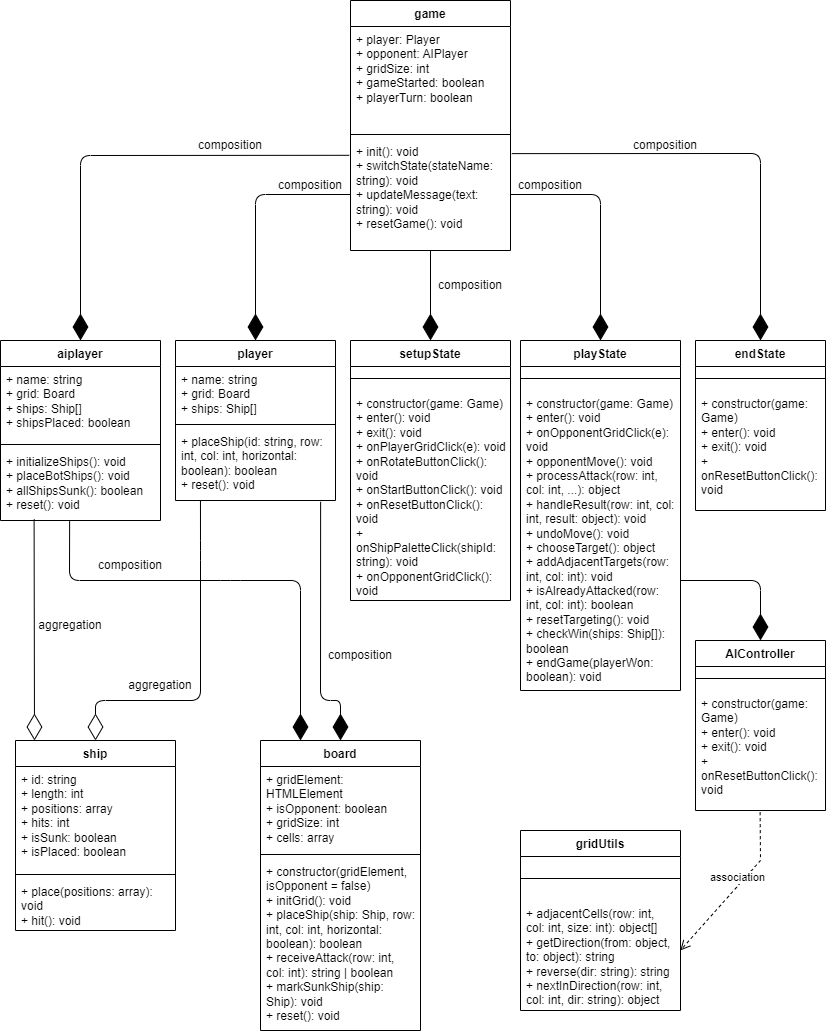
Above: diagram/uml.png in thanhphat18/DSA-Battleship-Game (draw.io), before the change. Source tidied: cells renumbered, new cells last; positions are measured from the earlier drawing's top-left corner, leaving out a move shared by most shapes.
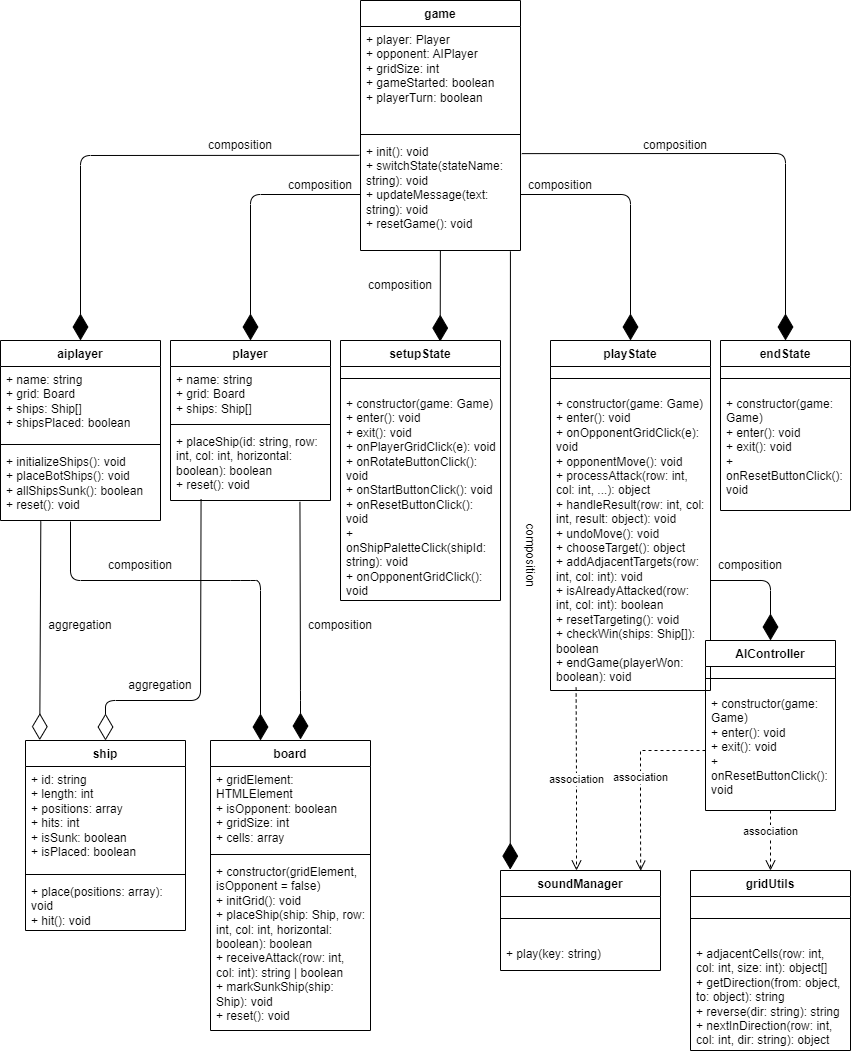
After the commit.

What changed in the source:
```diff
@@ -15,7 +15,7 @@
       <mxGeometry y="138" width="160" height="112" as="geometry" />
     </mxCell>
     <mxCell id="6" value="player" style="swimlane;fontStyle=1;align=center;verticalAlign=top;horizontal=1;startSize=26;whiteSpace=wrap;html=1;" parent="1" vertex="1">
-      <mxGeometry x="175" y="340" width="160" height="160" as="geometry" />
+      <mxGeometry x="160" y="340" width="160" height="160" as="geometry" />
     </mxCell>
     <mxCell id="7" value="&lt;div&gt;&lt;font color=&quot;#000000&quot;&gt;+ name: string&lt;/font&gt;&lt;/div&gt;&lt;div&gt;&lt;font color=&quot;#000000&quot;&gt;+ grid: Board&lt;/font&gt;&lt;/div&gt;&lt;div&gt;&lt;font color=&quot;#000000&quot;&gt;+ ships: Ship[]&lt;/font&gt;&lt;/div&gt;" style="text;strokeColor=none;fillColor=none;align=left;verticalAlign=top;spacingLeft=4;spacingRight=4;overflow=hidden;whiteSpace=wrap;html=1;" parent="6" vertex="1">
       <mxGeometry y="26" width="160" height="54" as="geometry" />
@@ -27,7 +27,7 @@
       <mxGeometry y="88" width="160" height="72" as="geometry" />
     </mxCell>
     <mxCell id="10" value="aiplayer" style="swimlane;fontStyle=1;align=center;verticalAlign=top;horizontal=1;startSize=26;whiteSpace=wrap;html=1;" parent="1" vertex="1">
-      <mxGeometry y="340" width="160" height="180" as="geometry" />
+      <mxGeometry x="-10" y="340" width="160" height="180" as="geometry" />
     </mxCell>
     <mxCell id="11" value="&lt;div&gt;&lt;font color=&quot;#000000&quot;&gt;+ name: string&lt;/font&gt;&lt;/div&gt;&lt;div&gt;&lt;font color=&quot;#000000&quot;&gt;+ grid: Board&lt;/font&gt;&lt;/div&gt;&lt;div&gt;&lt;font color=&quot;#000000&quot;&gt;+ ships: Ship[]&lt;/font&gt;&lt;/div&gt;&lt;div&gt;&lt;font color=&quot;#000000&quot;&gt;+ shipsPlaced: boolean&lt;/font&gt;&lt;/div&gt;" style="text;strokeColor=none;fillColor=none;align=left;verticalAlign=top;spacingLeft=4;spacingRight=4;overflow=hidden;whiteSpace=wrap;html=1;" parent="10" vertex="1">
       <mxGeometry y="26" width="160" height="74" as="geometry" />
@@ -39,7 +39,7 @@
       <mxGeometry y="108" width="160" height="72" as="geometry" />
     </mxCell>
     <mxCell id="14" value="board" style="swimlane;fontStyle=1;align=center;verticalAlign=top;horizontal=1;startSize=26;whiteSpace=wrap;html=1;" parent="1" vertex="1">
-      <mxGeometry x="260" y="740" width="160" height="290" as="geometry" />
+      <mxGeometry x="200" y="740" width="160" height="290" as="geometry" />
     </mxCell>
     <mxCell id="15" value="&lt;div&gt;&lt;font color=&quot;#000000&quot;&gt;+ gridElement: HTMLElement&lt;/font&gt;&lt;/div&gt;&lt;div&gt;&lt;font color=&quot;#000000&quot;&gt;+ isOpponent: boolean&lt;/font&gt;&lt;/div&gt;&lt;div&gt;&lt;font color=&quot;#000000&quot;&gt;+ gridSize: int&lt;/font&gt;&lt;/div&gt;&lt;div&gt;&lt;font color=&quot;#000000&quot;&gt;+ cells: array&lt;/font&gt;&lt;/div&gt;" style="text;strokeColor=none;fillColor=none;align=left;verticalAlign=top;spacingLeft=4;spacingRight=4;overflow=hidden;whiteSpace=wrap;html=1;" parent="14" vertex="1">
       <mxGeometry y="26" width="160" height="84" as="geometry" />
@@ -63,7 +63,7 @@
       <mxGeometry y="138" width="160" height="52" as="geometry" />
     </mxCell>
     <mxCell id="22" value="gridUtils" style="swimlane;fontStyle=1;align=center;verticalAlign=top;horizontal=1;startSize=26;whiteSpace=wrap;html=1;" parent="1" vertex="1">
-      <mxGeometry x="520" y="830" width="160" height="180" as="geometry" />
+      <mxGeometry x="680" y="870" width="160" height="180" as="geometry" />
     </mxCell>
     <mxCell id="23" style="line;strokeWidth=1;fillColor=none;align=left;verticalAlign=middle;spacingTop=-1;spacingLeft=3;spacingRight=3;labelPosition=right;strokeColor=inherit;" parent="22" vertex="1">
       <mxGeometry y="26" width="160" height="44" as="geometry" />
@@ -72,7 +72,7 @@
       <mxGeometry y="70" width="160" height="110" as="geometry" />
     </mxCell>
     <mxCell id="25" value="setupState" style="swimlane;fontStyle=1;align=center;verticalAlign=top;horizontal=1;startSize=26;whiteSpace=wrap;html=1;" parent="1" vertex="1">
-      <mxGeometry x="350" y="340" width="160" height="260" as="geometry" />
+      <mxGeometry x="330" y="340" width="160" height="260" as="geometry" />
     </mxCell>
     <mxCell id="26" style="line;strokeWidth=1;fillColor=none;align=left;verticalAlign=middle;spacingTop=-1;spacingLeft=3;spacingRight=3;labelPosition=right;strokeColor=inherit;" parent="25" vertex="1">
       <mxGeometry y="26" width="160" height="24" as="geometry" />
@@ -81,7 +81,7 @@
       <mxGeometry y="50" width="160" height="210" as="geometry" />
     </mxCell>
     <mxCell id="28" value="endState" style="swimlane;fontStyle=1;align=center;verticalAlign=top;horizontal=1;startSize=26;whiteSpace=wrap;html=1;" parent="1" vertex="1">
-      <mxGeometry x="695" y="340" width="130" height="170" as="geometry" />
+      <mxGeometry x="710" y="340" width="130" height="170" as="geometry" />
     </mxCell>
     <mxCell id="29" style="line;strokeWidth=1;fillColor=none;align=left;verticalAlign=middle;spacingTop=-1;spacingLeft=3;spacingRight=3;labelPosition=right;strokeColor=inherit;" parent="28" vertex="1">
       <mxGeometry y="26" width="130" height="24" as="geometry" />
@@ -90,7 +90,7 @@
       <mxGeometry y="50" width="130" height="120" as="geometry" />
     </mxCell>
     <mxCell id="31" value="playState" style="swimlane;fontStyle=1;align=center;verticalAlign=top;horizontal=1;startSize=26;whiteSpace=wrap;html=1;" parent="1" vertex="1">
-      <mxGeometry x="520" y="340" width="160" height="350" as="geometry" />
+      <mxGeometry x="540" y="340" width="160" height="350" as="geometry" />
     </mxCell>
     <mxCell id="32" style="line;strokeWidth=1;fillColor=none;align=left;verticalAlign=middle;spacingTop=-1;spacingLeft=3;spacingRight=3;labelPosition=right;strokeColor=inherit;" parent="31" vertex="1">
       <mxGeometry y="26" width="160" height="24" as="geometry" />
@@ -98,82 +98,81 @@
     <mxCell id="33" value="&lt;div&gt;&lt;div&gt;&lt;div&gt;&lt;font color=&quot;#000000&quot;&gt;+ constructor(game: Game)&lt;/font&gt;&lt;/div&gt;&lt;div&gt;&lt;font color=&quot;#000000&quot;&gt;+ enter(): void&lt;/font&gt;&lt;/div&gt;&lt;div&gt;&lt;font color=&quot;#000000&quot;&gt;+ onOpponentGridClick(e): void&lt;/font&gt;&lt;/div&gt;&lt;div&gt;&lt;font color=&quot;#000000&quot;&gt;+ opponentMove(): void&lt;/font&gt;&lt;/div&gt;&lt;div&gt;&lt;font color=&quot;#000000&quot;&gt;+ processAttack(row: int, col: int, ...): object&lt;/font&gt;&lt;/div&gt;&lt;div&gt;&lt;font color=&quot;#000000&quot;&gt;+ handleResult(row: int, col: int, result: object): void&lt;/font&gt;&lt;/div&gt;&lt;div&gt;&lt;font color=&quot;#000000&quot;&gt;+ undoMove(): void&lt;/font&gt;&lt;/div&gt;&lt;div&gt;&lt;font color=&quot;#000000&quot;&gt;+ chooseTarget(): object&lt;/font&gt;&lt;/div&gt;&lt;div&gt;&lt;font color=&quot;#000000&quot;&gt;+ addAdjacentTargets(row: int, col: int): void&lt;/font&gt;&lt;/div&gt;&lt;div&gt;&lt;font color=&quot;#000000&quot;&gt;+ isAlreadyAttacked(row: int, col: int): boolean&lt;/font&gt;&lt;/div&gt;&lt;div&gt;&lt;font color=&quot;#000000&quot;&gt;+ resetTargeting(): void&lt;/font&gt;&lt;/div&gt;&lt;div&gt;&lt;font color=&quot;#000000&quot;&gt;+ checkWin(ships: Ship[]): boolean&lt;/font&gt;&lt;/div&gt;&lt;div&gt;&lt;font color=&quot;#000000&quot;&gt;+ endGame(playerWon: boolean): void&lt;/font&gt;&lt;/div&gt;&lt;/div&gt;&lt;/div&gt;&lt;div&gt;&lt;br&gt;&lt;/div&gt;" style="text;strokeColor=none;fillColor=none;align=left;verticalAlign=top;spacingLeft=4;spacingRight=4;overflow=hidden;points=[[0,0.5],[1,0.5]];portConstraint=eastwest;whiteSpace=wrap;html=1;" parent="31" vertex="1">
       <mxGeometry y="50" width="160" height="300" as="geometry" />
     </mxCell>
-    <mxCell id="34" style="endArrow=diamondThin;endFill=1;endSize=24;html=1;entryX=0.5;entryY=0;entryDx=0;entryDy=0;" parent="1" edge="1" source="5" target="25">
+    <mxCell id="34" style="endArrow=diamondThin;endFill=1;endSize=24;html=1;entryX=0.623;entryY=0.004;entryDx=0;entryDy=0;entryPerimeter=0;" parent="1" edge="1" source="5" target="25">
       <mxGeometry relative="1" as="geometry" />
     </mxCell>
     <mxCell id="35" style="endArrow=diamondThin;endFill=1;endSize=24;html=1;entryX=0.5;entryY=0;entryDx=0;entryDy=0;exitX=0;exitY=0.5;exitDx=0;exitDy=0;" parent="1" edge="1" source="5" target="6">
       <mxGeometry relative="1" as="geometry">
         <Array as="points">
-          <mxPoint x="255" y="194" />
+          <mxPoint x="240" y="194" />
         </Array>
       </mxGeometry>
     </mxCell>
     <mxCell id="36" style="endArrow=diamondThin;endFill=1;endSize=24;html=1;entryX=0.5;entryY=0;entryDx=0;entryDy=0;exitX=-0.008;exitY=0.15;exitDx=0;exitDy=0;exitPerimeter=0;" parent="1" edge="1" source="5" target="10">
       <mxGeometry relative="1" as="geometry">
         <Array as="points">
-          <mxPoint x="80" y="155" />
+          <mxPoint x="70" y="155" />
         </Array>
       </mxGeometry>
     </mxCell>
     <mxCell id="37" style="endArrow=diamondThin;endFill=1;endSize=24;html=1;entryX=0.5;entryY=0;entryDx=0;entryDy=0;exitX=1;exitY=0.5;exitDx=0;exitDy=0;" parent="1" edge="1" source="5" target="31">
       <mxGeometry relative="1" as="geometry">
         <Array as="points">
-          <mxPoint x="600" y="194" />
+          <mxPoint x="620" y="194" />
         </Array>
       </mxGeometry>
     </mxCell>
     <mxCell id="38" style="endArrow=diamondThin;endFill=1;endSize=24;html=1;entryX=0.5;entryY=0;entryDx=0;entryDy=0;exitX=1.008;exitY=0.135;exitDx=0;exitDy=0;exitPerimeter=0;" parent="1" edge="1" source="5" target="28">
       <mxGeometry relative="1" as="geometry">
         <Array as="points">
-          <mxPoint x="760" y="153" />
+          <mxPoint x="775" y="153" />
         </Array>
       </mxGeometry>
     </mxCell>
-    <mxCell id="39" style="endArrow=diamondThin;endFill=1;endSize=24;html=1;entryX=0.5;entryY=0;entryDx=0;entryDy=0;exitX=0.907;exitY=1.018;exitDx=0;exitDy=0;exitPerimeter=0;" parent="1" edge="1" source="9" target="14">
+    <mxCell id="39" style="endArrow=diamondThin;endFill=1;endSize=24;html=1;exitX=0.809;exitY=1.019;exitDx=0;exitDy=0;exitPerimeter=0;" parent="1" edge="1" source="9">
       <mxGeometry relative="1" as="geometry">
+        <mxPoint x="290" y="739" as="targetPoint" />
         <Array as="points">
-          <mxPoint x="320" y="700" />
-          <mxPoint x="340" y="700" />
+          <mxPoint x="290" y="700" />
         </Array>
       </mxGeometry>
     </mxCell>
-    <mxCell id="40" style="endArrow=diamondThin;endFill=0;endSize=24;html=1;exitX=0.156;exitY=0.996;exitDx=0;exitDy=0;exitPerimeter=0;entryX=0.5;entryY=0;entryDx=0;entryDy=0;" parent="1" edge="1" source="9" target="18">
+    <mxCell id="40" style="endArrow=diamondThin;endFill=0;endSize=24;html=1;exitX=0.191;exitY=0.982;exitDx=0;exitDy=0;exitPerimeter=0;entryX=0.5;entryY=0;entryDx=0;entryDy=0;" parent="1" edge="1" source="9" target="18">
       <mxGeometry relative="1" as="geometry">
         <Array as="points">
-          <mxPoint x="200" y="550" />
-          <mxPoint x="200" y="700" />
+          <mxPoint x="190" y="700" />
           <mxPoint x="95" y="700" />
         </Array>
       </mxGeometry>
     </mxCell>
-    <mxCell id="41" style="endArrow=diamondThin;endFill=1;endSize=24;html=1;exitX=0.432;exitY=1.01;exitDx=0;exitDy=0;exitPerimeter=0;entryX=0.25;entryY=0;entryDx=0;entryDy=0;" parent="1" edge="1" source="13" target="14">
+    <mxCell id="41" style="endArrow=diamondThin;endFill=1;endSize=24;html=1;" parent="1" edge="1">
       <mxGeometry relative="1" as="geometry">
+        <mxPoint x="60" y="521" as="sourcePoint" />
+        <mxPoint x="250" y="740" as="targetPoint" />
         <Array as="points">
-          <mxPoint x="69" y="580" />
+          <mxPoint x="60" y="580" />
           <mxPoint x="230" y="580" />
-          <mxPoint x="300" y="580" />
+          <mxPoint x="250" y="580" />
         </Array>
       </mxGeometry>
     </mxCell>
-    <mxCell id="42" style="endArrow=diamondThin;endFill=0;endSize=24;html=1;exitX=0.21;exitY=0.984;exitDx=0;exitDy=0;exitPerimeter=0;" parent="1" edge="1" source="13">
-      <mxGeometry relative="1" as="geometry">
-        <mxPoint x="34" y="740" as="targetPoint" />
-      </mxGeometry>
+    <mxCell id="42" style="endArrow=diamondThin;endFill=0;endSize=24;html=1;exitX=0.252;exitY=1.011;exitDx=0;exitDy=0;exitPerimeter=0;entryX=0.089;entryY=-0.002;entryDx=0;entryDy=0;entryPerimeter=0;" parent="1" edge="1" source="13" target="18">
+      <mxGeometry relative="1" as="geometry" />
     </mxCell>
     <mxCell id="43" value="composition" style="text;html=1;align=center;verticalAlign=middle;whiteSpace=wrap;rounded=0;" parent="1" vertex="1">
       <mxGeometry x="100" y="550" width="60" height="30" as="geometry" />
     </mxCell>
     <mxCell id="44" value="aggregation" style="text;html=1;align=center;verticalAlign=middle;whiteSpace=wrap;rounded=0;" parent="1" vertex="1">
-      <mxGeometry x="130" y="670" width="60" height="30" as="geometry" />
+      <mxGeometry x="120" y="670" width="60" height="30" as="geometry" />
     </mxCell>
     <mxCell id="45" value="aggregation" style="text;html=1;align=center;verticalAlign=middle;whiteSpace=wrap;rounded=0;" parent="1" vertex="1">
       <mxGeometry x="40" y="610" width="60" height="30" as="geometry" />
     </mxCell>
     <mxCell id="46" value="composition" style="text;html=1;align=center;verticalAlign=middle;whiteSpace=wrap;rounded=0;" parent="1" vertex="1">
-      <mxGeometry x="330" y="640" width="60" height="30" as="geometry" />
+      <mxGeometry x="300" y="610" width="60" height="30" as="geometry" />
     </mxCell>
     <mxCell id="47" value="composition" style="text;html=1;align=center;verticalAlign=middle;whiteSpace=wrap;rounded=0;" parent="1" vertex="1">
-      <mxGeometry x="440" y="270" width="60" height="30" as="geometry" />
+      <mxGeometry x="360" y="270" width="60" height="30" as="geometry" />
     </mxCell>
     <mxCell id="48" value="composition" style="text;html=1;align=center;verticalAlign=middle;whiteSpace=wrap;rounded=0;" parent="1" vertex="1">
       <mxGeometry x="520" y="170" width="60" height="30" as="geometry" />
@@ -190,9 +189,9 @@
     <mxCell id="52" value="AIController" style="swimlane;fontStyle=1;align=center;verticalAlign=top;horizontal=1;startSize=26;whiteSpace=wrap;html=1;" parent="1" vertex="1">
       <mxGeometry x="695" y="640" width="130" height="170" as="geometry" />
     </mxCell>
-    <mxCell id="53" style="endArrow=diamondThin;endFill=1;endSize=24;html=1;entryX=0.5;entryY=0;entryDx=0;entryDy=0;exitX=1;exitY=0.5;exitDx=0;exitDy=0;" parent="52" edge="1" target="52">
+    <mxCell id="53" style="endArrow=diamondThin;endFill=1;endSize=24;html=1;entryX=0.5;entryY=0;entryDx=0;entryDy=0;" parent="52" edge="1" target="52">
       <mxGeometry relative="1" as="geometry">
-        <mxPoint x="-15" y="-60" as="sourcePoint" />
+        <mxPoint x="5" y="-60" as="sourcePoint" />
         <Array as="points">
           <mxPoint x="65" y="-60" />
         </Array>
@@ -204,12 +203,48 @@
     <mxCell id="55" value="&lt;div&gt;&lt;div&gt;&lt;font color=&quot;#000000&quot;&gt;+ constructor(game: Game)&lt;/font&gt;&lt;/div&gt;&lt;div&gt;&lt;font color=&quot;#000000&quot;&gt;+ enter(): void&lt;/font&gt;&lt;/div&gt;&lt;div&gt;&lt;font color=&quot;#000000&quot;&gt;+ exit(): void&lt;/font&gt;&lt;/div&gt;&lt;div&gt;&lt;font color=&quot;#000000&quot;&gt;+ onResetButtonClick(): void&lt;/font&gt;&lt;/div&gt;&lt;/div&gt;&lt;div&gt;&lt;br&gt;&lt;/div&gt;" style="text;strokeColor=none;fillColor=none;align=left;verticalAlign=top;spacingLeft=4;spacingRight=4;overflow=hidden;points=[[0,0.5],[1,0.5]];portConstraint=eastwest;whiteSpace=wrap;html=1;" parent="52" vertex="1">
       <mxGeometry y="50" width="130" height="120" as="geometry" />
     </mxCell>
-    <mxCell id="56" value="association" style="html=1;verticalAlign=bottom;endArrow=open;dashed=1;endSize=8;curved=0;rounded=0;entryX=0.999;entryY=0.454;entryDx=0;entryDy=0;exitX=0.497;exitY=1.014;exitDx=0;exitDy=0;exitPerimeter=0;entryPerimeter=0;" parent="1" edge="1" source="55" target="24">
-      <mxGeometry relative="1" as="geometry">
-        <Array as="points">
-          <mxPoint x="760" y="860" />
-        </Array>
-      </mxGeometry>
-    </mxCell>
+    <mxCell id="57" value="association" style="html=1;verticalAlign=bottom;endArrow=open;dashed=1;endSize=8;curved=0;rounded=0;entryX=0.5;entryY=0;entryDx=0;entryDy=0;exitX=0.497;exitY=1.014;exitDx=0;exitDy=0;exitPerimeter=0;" parent="1" edge="1" target="22">
+      <mxGeometry relative="1" as="geometry">
+        <mxPoint x="760" y="810" as="sourcePoint" />
+        <Array as="points">
+          <mxPoint x="760" y="858" />
+        </Array>
+      </mxGeometry>
+    </mxCell>
+    <mxCell id="58" value="soundManager" style="swimlane;fontStyle=1;align=center;verticalAlign=top;horizontal=1;startSize=26;whiteSpace=wrap;html=1;" parent="1" vertex="1">
+      <mxGeometry x="490" y="870" width="160" height="100" as="geometry" />
+    </mxCell>
+    <mxCell id="59" style="line;strokeWidth=1;fillColor=none;align=left;verticalAlign=middle;spacingTop=-1;spacingLeft=3;spacingRight=3;labelPosition=right;strokeColor=inherit;" parent="58" vertex="1">
+      <mxGeometry y="26" width="160" height="44" as="geometry" />
+    </mxCell>
+    <mxCell id="60" value="+ play(key: string)" style="text;strokeColor=none;fillColor=none;align=left;verticalAlign=top;spacingLeft=4;spacingRight=4;overflow=hidden;whiteSpace=wrap;html=1;" parent="58" vertex="1">
+      <mxGeometry y="70" width="160" height="30" as="geometry" />
+    </mxCell>
+    <mxCell id="61" value="association" style="html=1;verticalAlign=bottom;endArrow=open;dashed=1;endSize=8;curved=0;rounded=0;exitX=0;exitY=0.5;exitDx=0;exitDy=0;entryX=0.876;entryY=0.002;entryDx=0;entryDy=0;entryPerimeter=0;" parent="1" edge="1" source="55" target="58">
+      <mxGeometry x="0.1" relative="1" as="geometry">
+        <Array as="points">
+          <mxPoint x="670" y="750" />
+          <mxPoint x="630" y="750" />
+          <mxPoint x="630" y="820" />
+        </Array>
+      </mxGeometry>
+    </mxCell>
+    <mxCell id="62" value="association" style="html=1;verticalAlign=bottom;endArrow=open;dashed=1;endSize=8;curved=0;rounded=0;exitX=0.16;exitY=0.99;exitDx=0;exitDy=0;entryX=0.475;entryY=0;entryDx=0;entryDy=0;exitPerimeter=0;entryPerimeter=0;" parent="1" edge="1" source="33" target="58">
+      <mxGeometry x="0.1" relative="1" as="geometry">
+        <Array as="points">
+          <mxPoint x="566" y="780" />
+          <mxPoint x="566" y="850" />
+        </Array>
+      </mxGeometry>
+    </mxCell>
+    <mxCell id="63" style="endArrow=diamondThin;endFill=1;endSize=24;html=1;exitX=0.937;exitY=1.007;exitDx=0;exitDy=0;exitPerimeter=0;entryX=0.061;entryY=-0.009;entryDx=0;entryDy=0;entryPerimeter=0;" parent="1" edge="1" source="5" target="58">
+      <mxGeometry relative="1" as="geometry" />
+    </mxCell>
+    <mxCell id="64" value="composition" style="text;html=1;align=center;verticalAlign=middle;whiteSpace=wrap;rounded=0;rotation=90;" parent="1" vertex="1">
+      <mxGeometry x="490" y="540" width="60" height="30" as="geometry" />
+    </mxCell>
+    <mxCell id="65" value="composition" style="text;html=1;align=center;verticalAlign=middle;whiteSpace=wrap;rounded=0;" parent="1" vertex="1">
+      <mxGeometry x="710" y="550" width="60" height="30" as="geometry" />
+    </mxCell>
   </root>
 </mxGraphModel>
```
